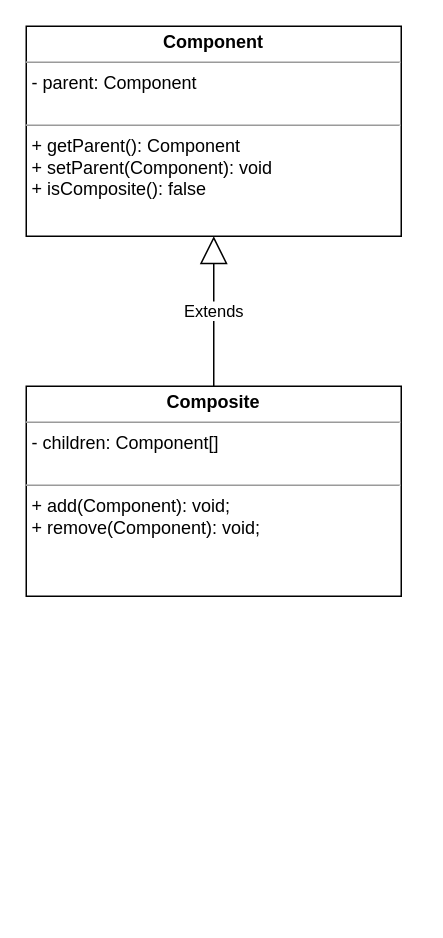
Earlier version of the draw.io diagram page "类图" (1 of 4) of project/未命名绘图.drawio (KevinBrother/draw). Source tidied: cells renumbered, new cells numbered last; positions are measured from the earlier drawing's top-left corner, leaving out a move shared by most shapes. Both pictures are drawn from the tidied source at 150%, with x=0, y=0 at pixel (26, 26).
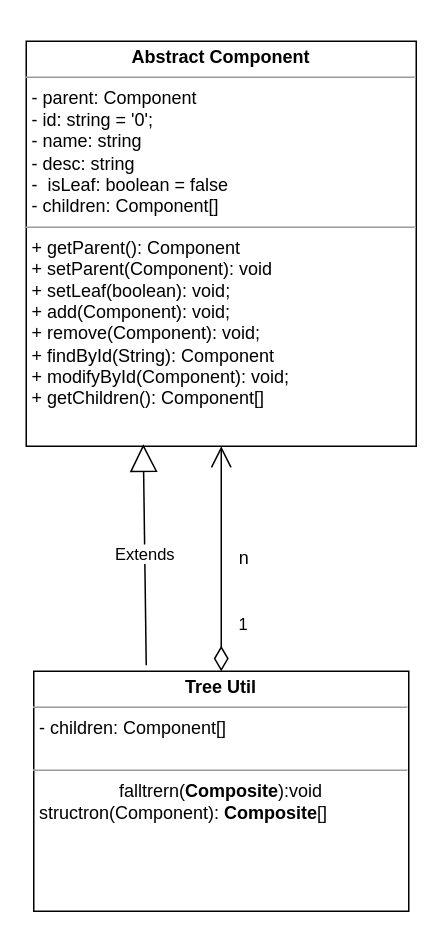
The same page after the edit.

What changed in the source:
```diff
@@
 <mxGraphModel>
   <root>
     <mxCell id="0" />
     <mxCell id="1" parent="0" />
-    <mxCell id="2" value="&lt;p style=&quot;margin:0px;margin-top:4px;text-align:center;&quot;&gt;&lt;b&gt;Component&lt;/b&gt;&lt;/p&gt;&lt;hr size=&quot;1&quot;&gt;&lt;p style=&quot;margin:0px;margin-left:4px;&quot;&gt;- parent: Component&lt;br&gt;&lt;br&gt;&lt;/p&gt;&lt;hr size=&quot;1&quot;&gt;&lt;p style=&quot;margin:0px;margin-left:4px;&quot;&gt;+ getParent(): Component&lt;br&gt;+ setParent(Component): void&lt;/p&gt;&lt;p style=&quot;margin:0px;margin-left:4px;&quot;&gt;+ isComposite(): false&lt;/p&gt;" style="verticalAlign=top;align=left;overflow=fill;fontSize=12;fontFamily=Helvetica;html=1;" parent="1" vertex="1">
-      <mxGeometry width="250" height="140" as="geometry" />
+    <mxCell id="2" value="&lt;p style=&quot;margin:0px;margin-top:4px;text-align:center;&quot;&gt;&lt;b&gt;Abstract Component&lt;/b&gt;&lt;/p&gt;&lt;hr size=&quot;1&quot;&gt;&lt;p style=&quot;margin:0px;margin-left:4px;&quot;&gt;- parent: Component&lt;/p&gt;&lt;p style=&quot;margin:0px;margin-left:4px;&quot;&gt;- id: string = '0';&lt;/p&gt;&lt;p style=&quot;margin:0px;margin-left:4px;&quot;&gt;- name: string&lt;br&gt;- desc: string&lt;/p&gt;&lt;p style=&quot;margin:0px;margin-left:4px;&quot;&gt;-&amp;nbsp; isLeaf: boolean = false&lt;/p&gt;&lt;p style=&quot;margin:0px;margin-left:4px;&quot;&gt;- children: Component[]&lt;br style=&quot;border-color: var(--border-color);&quot;&gt;&lt;/p&gt;&lt;hr size=&quot;1&quot;&gt;&lt;p style=&quot;margin:0px;margin-left:4px;&quot;&gt;+ getParent(): Component&lt;br&gt;+ setParent(Component): void&lt;/p&gt;&lt;p style=&quot;margin:0px;margin-left:4px;&quot;&gt;+ setLeaf(boolean): void;&lt;/p&gt;&lt;p style=&quot;border-color: var(--border-color); margin: 0px 0px 0px 4px;&quot;&gt;+ add(Component): void;&lt;/p&gt;&lt;p style=&quot;border-color: var(--border-color); margin: 0px 0px 0px 4px;&quot;&gt;+ remove(Component): void;&lt;br style=&quot;border-color: var(--border-color);&quot;&gt;&lt;/p&gt;&lt;p style=&quot;border-color: var(--border-color); margin: 0px 0px 0px 4px;&quot;&gt;+ findById(String): Component&lt;/p&gt;&lt;p style=&quot;border-color: var(--border-color); margin: 0px 0px 0px 4px;&quot;&gt;+ modifyById(Component): void;&lt;/p&gt;&lt;p style=&quot;border-color: var(--border-color); margin: 0px 0px 0px 4px;&quot;&gt;+ getChildren(): Component[]&lt;/p&gt;&lt;p style=&quot;margin:0px;margin-left:4px;&quot;&gt;&lt;br&gt;&lt;/p&gt;&lt;p style=&quot;margin:0px;margin-left:4px;&quot;&gt;&lt;br&gt;&lt;/p&gt;&lt;p style=&quot;margin:0px;margin-left:4px;&quot;&gt;&lt;br&gt;&lt;/p&gt;&lt;p style=&quot;margin:0px;margin-left:4px;&quot;&gt;&lt;br&gt;&lt;/p&gt;&lt;p style=&quot;margin:0px;margin-left:4px;&quot;&gt;&lt;br&gt;&lt;/p&gt;" style="verticalAlign=top;align=left;overflow=fill;fontSize=12;fontFamily=Helvetica;html=1;" parent="1" vertex="1">
+      <mxGeometry y="10" width="260" height="270" as="geometry" />
     </mxCell>
-    <mxCell id="3" value="&lt;p style=&quot;margin:0px;margin-top:4px;text-align:center;&quot;&gt;&lt;b&gt;Composite&lt;/b&gt;&lt;/p&gt;&lt;hr size=&quot;1&quot;&gt;&lt;p style=&quot;margin:0px;margin-left:4px;&quot;&gt;- children: Component[]&lt;br&gt;&lt;br&gt;&lt;/p&gt;&lt;hr size=&quot;1&quot;&gt;&lt;p style=&quot;margin:0px;margin-left:4px;&quot;&gt;+ add(Component): void;&lt;/p&gt;&lt;p style=&quot;margin:0px;margin-left:4px;&quot;&gt;+ remove(Component): void;&lt;br&gt;&lt;/p&gt;&lt;p style=&quot;margin:0px;margin-left:4px;&quot;&gt;&amp;nbsp;&lt;/p&gt;" style="verticalAlign=top;align=left;overflow=fill;fontSize=12;fontFamily=Helvetica;html=1;" parent="1" vertex="1">
-      <mxGeometry y="240" width="250" height="140" as="geometry" />
+    <mxCell id="3" value="&lt;p style=&quot;margin:0px;margin-top:4px;text-align:center;&quot;&gt;&lt;b&gt;Tree Util&lt;/b&gt;&lt;/p&gt;&lt;hr size=&quot;1&quot;&gt;&lt;p style=&quot;margin:0px;margin-left:4px;&quot;&gt;- children: Component[]&lt;br&gt;&lt;br&gt;&lt;/p&gt;&lt;hr size=&quot;1&quot;&gt;&lt;p style=&quot;border-color: var(--border-color); margin: 4px 0px 0px; text-align: center;&quot;&gt;&lt;span style=&quot;background-color: initial; text-align: left;&quot;&gt;falltrern(&lt;/span&gt;&lt;b style=&quot;background-color: initial; border-color: var(--border-color);&quot;&gt;Composite&lt;/b&gt;&lt;span style=&quot;background-color: initial; text-align: left;&quot;&gt;):void&lt;/span&gt;&lt;br&gt;&lt;/p&gt;&lt;p style=&quot;margin:0px;margin-left:4px;&quot;&gt;structron(Component):&amp;nbsp;&lt;b style=&quot;border-color: var(--border-color); text-align: center;&quot;&gt;Composite&lt;/b&gt;[]&lt;br&gt;&lt;/p&gt;&lt;p style=&quot;margin:0px;margin-left:4px;&quot;&gt;&amp;nbsp;&lt;/p&gt;" style="verticalAlign=top;align=left;overflow=fill;fontSize=12;fontFamily=Helvetica;html=1;" parent="1" vertex="1">
+      <mxGeometry x="5" y="430" width="250" height="160" as="geometry" />
     </mxCell>
+    <mxCell id="5" value="1" style="endArrow=open;html=1;endSize=12;startArrow=diamondThin;startSize=14;startFill=0;edgeStyle=orthogonalEdgeStyle;align=left;verticalAlign=bottom;rounded=0;exitX=0.5;exitY=0;exitDx=0;exitDy=0;entryX=0.5;entryY=1;entryDx=0;entryDy=0;" parent="1" edge="1" source="3" target="2">
+      <mxGeometry x="-0.71" y="-10" relative="1" as="geometry" />
+    </mxCell>
+    <mxCell id="6" value="n&lt;br&gt;" style="text;html=1;align=center;verticalAlign=middle;strokeColor=none;fillColor=none;" parent="1" vertex="1">
+      <mxGeometry x="130" y="340" width="30" height="30" as="geometry" />
+    </mxCell>
-    <mxCell id="4" value="Extends" style="endArrow=block;endSize=16;endFill=0;html=1;rounded=0;exitX=0.5;exitY=0;exitDx=0;exitDy=0;entryX=0.5;entryY=1;entryDx=0;entryDy=0;" parent="1" edge="1" source="3" target="2">
+    <mxCell id="4" value="Extends" style="endArrow=block;endSize=16;endFill=0;html=1;rounded=0;exitX=0.3;exitY=-0.025;exitDx=0;exitDy=0;exitPerimeter=0;entryX=0.3;entryY=0.995;entryDx=0;entryDy=0;entryPerimeter=0;" parent="1" edge="1" source="3" target="2">
       <mxGeometry relative="1" as="geometry" />
     </mxCell>
   </root>
 </mxGraphModel>
```
